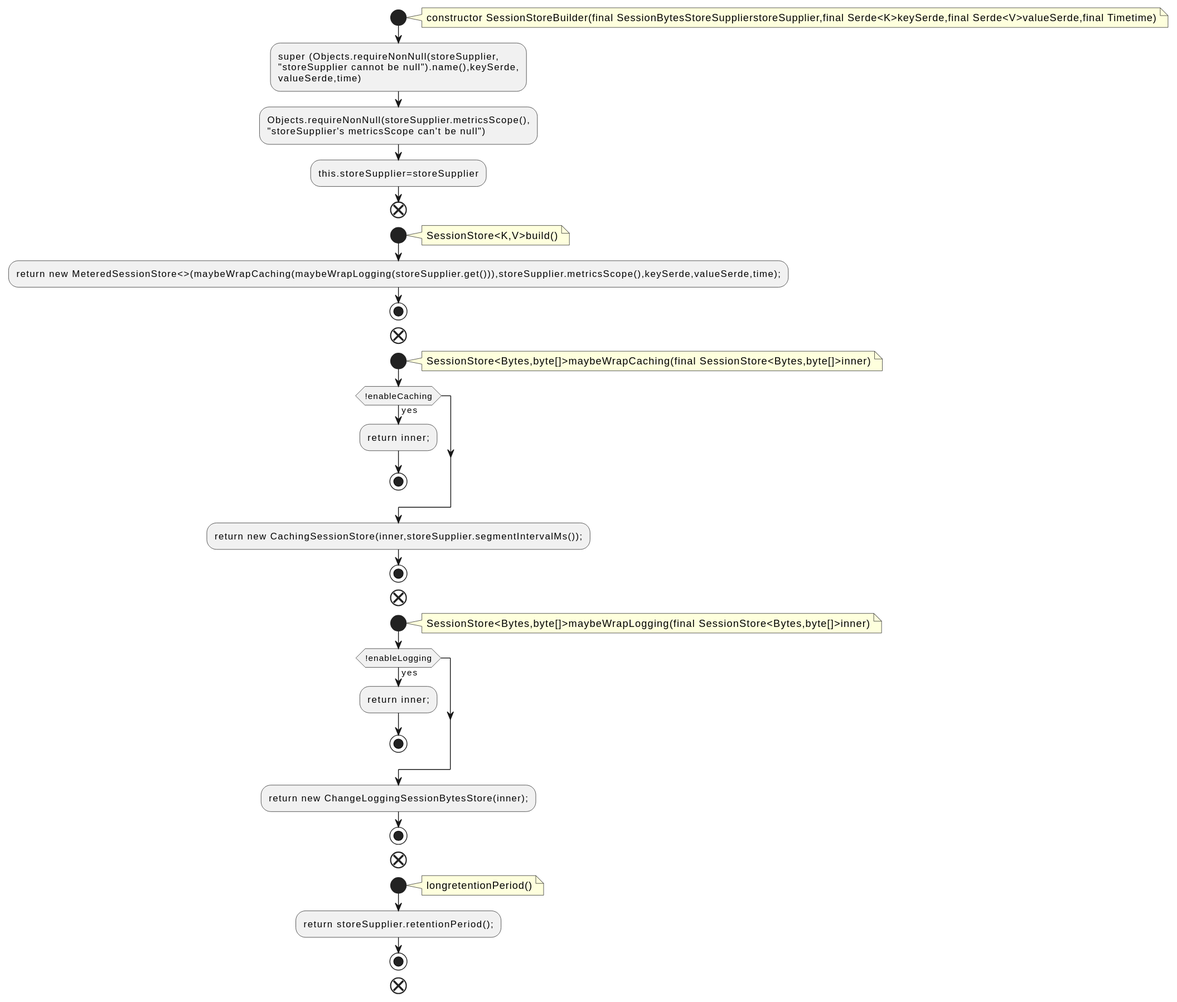
Above: docs/qc/streams/src/main/java/org/apache/kafka/streams/state/internals/SessionStoreBuilder.java.fct.svg in qualitesys/kafka (PlantUML), before the change.
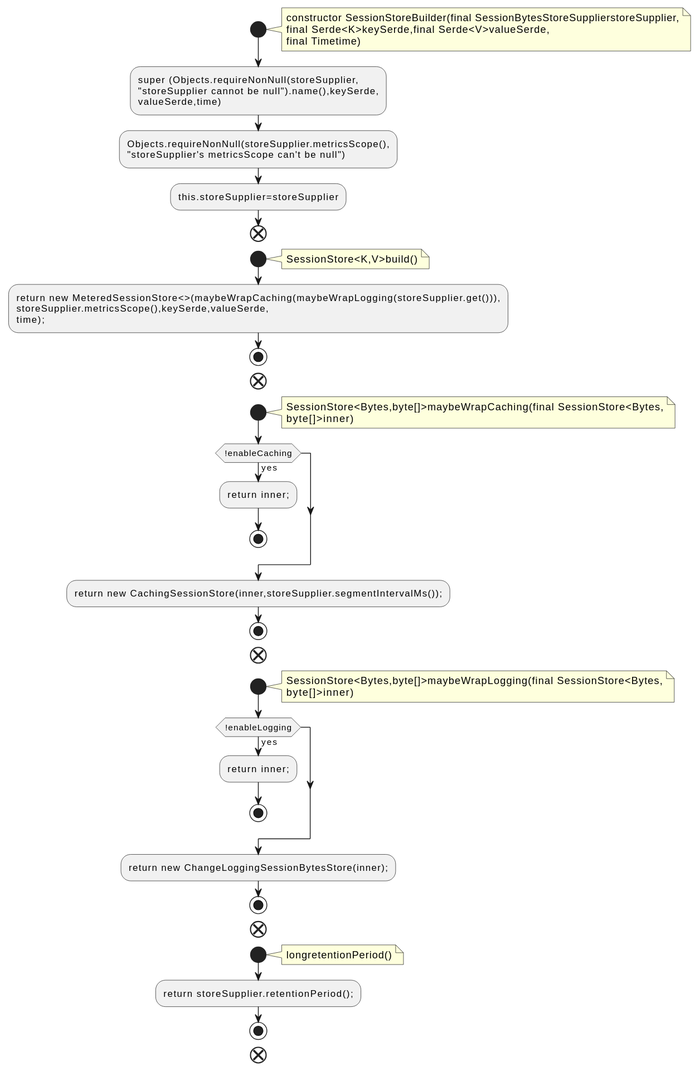
Later version of the same file.

Diff of the diagram source:
```diff
@@ -2,7 +2,9 @@
 !pragma layout smetana
 start
 note right
-constructor SessionStoreBuilder(final SessionBytesStoreSupplierstoreSupplier,final Serde<K>keySerde,final Serde<V>valueSerde,final Timetime)
+constructor SessionStoreBuilder(final SessionBytesStoreSupplierstoreSupplier,
+final Serde<K>keySerde,final Serde<V>valueSerde,
+final Timetime)
 end note
 :super (Objects.requireNonNull(storeSupplier,
 "storeSupplier cannot be null").name(),keySerde,
@@ -15,12 +17,15 @@
 note right
 SessionStore<K,V>build()
 end note
-:return new MeteredSessionStore<>(maybeWrapCaching(maybeWrapLogging(storeSupplier.get())),storeSupplier.metricsScope(),keySerde,valueSerde,time);;
+:return new MeteredSessionStore<>(maybeWrapCaching(maybeWrapLogging(storeSupplier.get())),
+storeSupplier.metricsScope(),keySerde,valueSerde,
+time);;
 stop
 end
 start
 note right
-SessionStore<Bytes,byte[]>maybeWrapCaching(final SessionStore<Bytes,byte[]>inner)
+SessionStore<Bytes,byte[]>maybeWrapCaching(final SessionStore<Bytes,
+byte[]>inner)
 end note
 if (!enableCaching) then (yes)
 :return inner;;
@@ -31,7 +36,8 @@
 end
 start
 note right
-SessionStore<Bytes,byte[]>maybeWrapLogging(final SessionStore<Bytes,byte[]>inner)
+SessionStore<Bytes,byte[]>maybeWrapLogging(final SessionStore<Bytes,
+byte[]>inner)
 end note
 if (!enableLogging) then (yes)
 :return inner;;
```
